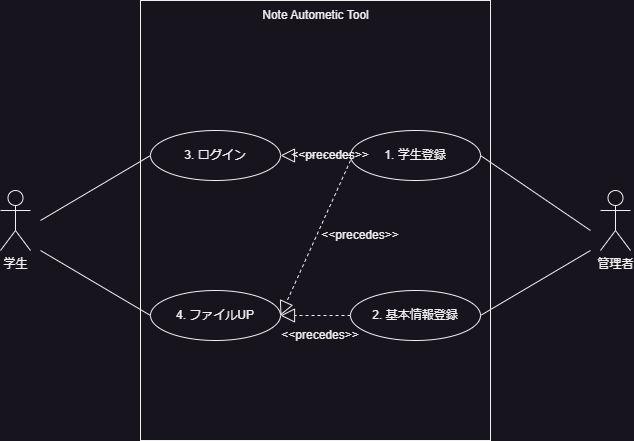
The draw.io diagram NAT/usecase/image/usecase.drawio.png in 1934372T/VYD, before a commit. Source tidied: cells renumbered, new cells last; positions are measured from the earlier drawing's top-left corner, leaving out a move shared by most shapes. The source it was exported from:
```xml
<mxGraphModel>
  <root>
    <mxCell id="0" />
    <mxCell id="1" parent="0" />
    <mxCell id="2" value="学生" style="shape=umlActor;verticalLabelPosition=bottom;verticalAlign=top;html=1;" parent="1" vertex="1">
      <mxGeometry y="190" width="30" height="60" as="geometry" />
    </mxCell>
    <mxCell id="3" style="rounded=0;whiteSpace=wrap;html=1;direction=south;" parent="1" vertex="1">
      <mxGeometry x="140" width="350" height="440" as="geometry" />
    </mxCell>
    <mxCell id="4" value="Note Autometic Tool" style="text;html=1;strokeColor=none;fillColor=none;align=center;verticalAlign=middle;whiteSpace=wrap;rounded=0;" parent="1" vertex="1">
      <mxGeometry x="228.8" width="172.5" height="30" as="geometry" />
    </mxCell>
    <mxCell id="5" value="管理者" style="shape=umlActor;verticalLabelPosition=bottom;verticalAlign=top;html=1;" parent="1" vertex="1">
      <mxGeometry x="600" y="190" width="30" height="60" as="geometry" />
    </mxCell>
    <mxCell id="6" value="4. ファイルUP" style="ellipse;whiteSpace=wrap;html=1;" parent="1" vertex="1">
      <mxGeometry x="150" y="290" width="130" height="50" as="geometry" />
    </mxCell>
    <mxCell id="7" value="3. ログイン" style="ellipse;whiteSpace=wrap;html=1;" parent="1" vertex="1">
      <mxGeometry x="150" y="130" width="130" height="50" as="geometry" />
    </mxCell>
    <mxCell id="8" value="1. 学生登録" style="ellipse;whiteSpace=wrap;html=1;" parent="1" vertex="1">
      <mxGeometry x="350" y="130" width="130" height="50" as="geometry" />
    </mxCell>
    <mxCell id="9" value="2. 基本情報登録" style="ellipse;whiteSpace=wrap;html=1;" parent="1" vertex="1">
      <mxGeometry x="350" y="290" width="130" height="50" as="geometry" />
    </mxCell>
    <mxCell id="10" style="endArrow=none;html=1;rounded=0;exitX=1;exitY=0.5;exitDx=0;exitDy=0;" parent="1" edge="1" source="8">
      <mxGeometry relative="1" as="geometry">
        <mxPoint x="590" y="230" as="targetPoint" />
      </mxGeometry>
    </mxCell>
    <mxCell id="11" style="endArrow=none;html=1;rounded=0;exitX=1;exitY=0.5;exitDx=0;exitDy=0;" parent="1" edge="1" source="9">
      <mxGeometry relative="1" as="geometry">
        <mxPoint x="590" y="250" as="targetPoint" />
      </mxGeometry>
    </mxCell>
    <mxCell id="12" style="endArrow=none;html=1;rounded=0;entryX=0;entryY=0.5;entryDx=0;entryDy=0;" parent="1" edge="1" target="7">
      <mxGeometry relative="1" as="geometry">
        <mxPoint x="40" y="220" as="sourcePoint" />
      </mxGeometry>
    </mxCell>
    <mxCell id="13" style="endArrow=none;html=1;rounded=0;entryX=0;entryY=0.5;entryDx=0;entryDy=0;" parent="1" edge="1" target="6">
      <mxGeometry relative="1" as="geometry">
        <mxPoint x="40" y="250" as="sourcePoint" />
      </mxGeometry>
    </mxCell>
    <mxCell id="14" style="endArrow=block;dashed=1;endFill=0;endSize=12;html=1;rounded=0;exitX=0;exitY=0.5;exitDx=0;exitDy=0;entryX=1;entryY=0.5;entryDx=0;entryDy=0;" parent="1" edge="1" source="8" target="7">
      <mxGeometry relative="1" as="geometry" />
    </mxCell>
    <mxCell id="15" style="endArrow=block;dashed=1;endFill=0;endSize=12;html=1;rounded=0;entryX=1;entryY=0.5;entryDx=0;entryDy=0;" parent="1" edge="1" target="6">
      <mxGeometry relative="1" as="geometry">
        <mxPoint x="350" y="160" as="sourcePoint" />
      </mxGeometry>
    </mxCell>
    <mxCell id="16" value="&amp;lt;&amp;lt;precedes&amp;gt;&amp;gt;" style="text;html=1;strokeColor=none;fillColor=none;align=center;verticalAlign=middle;whiteSpace=wrap;rounded=0;" parent="1" vertex="1">
      <mxGeometry x="330" y="220" width="60" height="30" as="geometry" />
    </mxCell>
    <mxCell id="17" value="&amp;lt;&amp;lt;precedes&amp;gt;&amp;gt;" style="text;html=1;strokeColor=none;fillColor=none;align=center;verticalAlign=middle;whiteSpace=wrap;rounded=0;" parent="1" vertex="1">
      <mxGeometry x="300" y="140" width="60" height="30" as="geometry" />
    </mxCell>
    <mxCell id="18" style="endArrow=block;dashed=1;endFill=0;endSize=12;html=1;rounded=0;exitX=0;exitY=0.5;exitDx=0;exitDy=0;" parent="1" edge="1" source="9">
      <mxGeometry relative="1" as="geometry">
        <mxPoint x="280" y="315" as="targetPoint" />
      </mxGeometry>
    </mxCell>
    <mxCell id="19" value="&amp;lt;&amp;lt;precedes&amp;gt;&amp;gt;" style="text;html=1;strokeColor=none;fillColor=none;align=center;verticalAlign=middle;whiteSpace=wrap;rounded=0;" parent="1" vertex="1">
      <mxGeometry x="290" y="320" width="60" height="30" as="geometry" />
    </mxCell>
  </root>
</mxGraphModel>
```
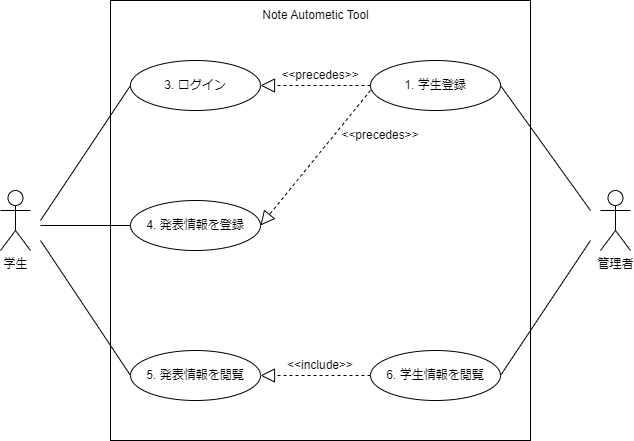
Later version of the same file.

Commit message:
ユースケース図変更

What changed in the source:
```diff
@@ -6,7 +6,7 @@
       <mxGeometry y="190" width="30" height="60" as="geometry" />
     </mxCell>
     <mxCell id="3" style="rounded=0;whiteSpace=wrap;html=1;direction=south;" parent="1" vertex="1">
-      <mxGeometry x="140" width="350" height="440" as="geometry" />
+      <mxGeometry x="110" width="420" height="440" as="geometry" />
     </mxCell>
     <mxCell id="4" value="Note Autometic Tool" style="text;html=1;strokeColor=none;fillColor=none;align=center;verticalAlign=middle;whiteSpace=wrap;rounded=0;" parent="1" vertex="1">
       <mxGeometry x="228.8" width="172.5" height="30" as="geometry" />
@@ -14,28 +14,20 @@
     <mxCell id="5" value="管理者" style="shape=umlActor;verticalLabelPosition=bottom;verticalAlign=top;html=1;" parent="1" vertex="1">
       <mxGeometry x="600" y="190" width="30" height="60" as="geometry" />
     </mxCell>
-    <mxCell id="6" value="4. ファイルUP" style="ellipse;whiteSpace=wrap;html=1;" parent="1" vertex="1">
-      <mxGeometry x="150" y="290" width="130" height="50" as="geometry" />
+    <mxCell id="6" value="4. 発表情報を登録" style="ellipse;whiteSpace=wrap;html=1;" parent="1" vertex="1">
+      <mxGeometry x="130" y="200" width="130" height="50" as="geometry" />
     </mxCell>
     <mxCell id="7" value="3. ログイン" style="ellipse;whiteSpace=wrap;html=1;" parent="1" vertex="1">
-      <mxGeometry x="150" y="130" width="130" height="50" as="geometry" />
+      <mxGeometry x="130" y="60" width="130" height="50" as="geometry" />
     </mxCell>
     <mxCell id="8" value="1. 学生登録" style="ellipse;whiteSpace=wrap;html=1;" parent="1" vertex="1">
-      <mxGeometry x="350" y="130" width="130" height="50" as="geometry" />
+      <mxGeometry x="370" y="60" width="130" height="50" as="geometry" />
     </mxCell>
-    <mxCell id="9" value="2. 基本情報登録" style="ellipse;whiteSpace=wrap;html=1;" parent="1" vertex="1">
-      <mxGeometry x="350" y="290" width="130" height="50" as="geometry" />
-    </mxCell>
     <mxCell id="10" style="endArrow=none;html=1;rounded=0;exitX=1;exitY=0.5;exitDx=0;exitDy=0;" parent="1" edge="1" source="8">
       <mxGeometry relative="1" as="geometry">
-        <mxPoint x="590" y="230" as="targetPoint" />
+        <mxPoint x="590" y="210" as="targetPoint" />
       </mxGeometry>
     </mxCell>
-    <mxCell id="11" style="endArrow=none;html=1;rounded=0;exitX=1;exitY=0.5;exitDx=0;exitDy=0;" parent="1" edge="1" source="9">
-      <mxGeometry relative="1" as="geometry">
-        <mxPoint x="590" y="250" as="targetPoint" />
-      </mxGeometry>
-    </mxCell>
     <mxCell id="12" style="endArrow=none;html=1;rounded=0;entryX=0;entryY=0.5;entryDx=0;entryDy=0;" parent="1" edge="1" target="7">
       <mxGeometry relative="1" as="geometry">
         <mxPoint x="40" y="220" as="sourcePoint" />
@@ -43,7 +35,7 @@
     </mxCell>
     <mxCell id="13" style="endArrow=none;html=1;rounded=0;entryX=0;entryY=0.5;entryDx=0;entryDy=0;" parent="1" edge="1" target="6">
       <mxGeometry relative="1" as="geometry">
-        <mxPoint x="40" y="250" as="sourcePoint" />
+        <mxPoint x="40" y="225" as="sourcePoint" />
       </mxGeometry>
     </mxCell>
     <mxCell id="14" style="endArrow=block;dashed=1;endFill=0;endSize=12;html=1;rounded=0;exitX=0;exitY=0.5;exitDx=0;exitDy=0;entryX=1;entryY=0.5;entryDx=0;entryDy=0;" parent="1" edge="1" source="8" target="7">
@@ -51,22 +43,40 @@
     </mxCell>
     <mxCell id="15" style="endArrow=block;dashed=1;endFill=0;endSize=12;html=1;rounded=0;entryX=1;entryY=0.5;entryDx=0;entryDy=0;" parent="1" edge="1" target="6">
       <mxGeometry relative="1" as="geometry">
-        <mxPoint x="350" y="160" as="sourcePoint" />
+        <mxPoint x="370" y="90" as="sourcePoint" />
       </mxGeometry>
     </mxCell>
     <mxCell id="16" value="&amp;lt;&amp;lt;precedes&amp;gt;&amp;gt;" style="text;html=1;strokeColor=none;fillColor=none;align=center;verticalAlign=middle;whiteSpace=wrap;rounded=0;" parent="1" vertex="1">
-      <mxGeometry x="330" y="220" width="60" height="30" as="geometry" />
+      <mxGeometry x="350" y="120" width="60" height="30" as="geometry" />
     </mxCell>
     <mxCell id="17" value="&amp;lt;&amp;lt;precedes&amp;gt;&amp;gt;" style="text;html=1;strokeColor=none;fillColor=none;align=center;verticalAlign=middle;whiteSpace=wrap;rounded=0;" parent="1" vertex="1">
-      <mxGeometry x="300" y="140" width="60" height="30" as="geometry" />
+      <mxGeometry x="290" y="60" width="60" height="30" as="geometry" />
     </mxCell>
-    <mxCell id="18" style="endArrow=block;dashed=1;endFill=0;endSize=12;html=1;rounded=0;exitX=0;exitY=0.5;exitDx=0;exitDy=0;" parent="1" edge="1" source="9">
-      <mxGeometry relative="1" as="geometry">
-        <mxPoint x="280" y="315" as="targetPoint" />
-      </mxGeometry>
-    </mxCell>
-    <mxCell id="19" value="&amp;lt;&amp;lt;precedes&amp;gt;&amp;gt;" style="text;html=1;strokeColor=none;fillColor=none;align=center;verticalAlign=middle;whiteSpace=wrap;rounded=0;" parent="1" vertex="1">
-      <mxGeometry x="290" y="320" width="60" height="30" as="geometry" />
-    </mxCell>
+    <mxCell id="20" value="5. 発表情報を閲覧" style="ellipse;whiteSpace=wrap;html=1;" parent="1" vertex="1">
+      <mxGeometry x="130" y="350" width="130" height="50" as="geometry" />
+    </mxCell>
+    <mxCell id="21" style="endArrow=none;html=1;rounded=0;entryX=0;entryY=0.5;entryDx=0;entryDy=0;" parent="1" edge="1" target="20">
+      <mxGeometry relative="1" as="geometry">
+        <mxPoint x="40" y="240" as="sourcePoint" />
+      </mxGeometry>
+    </mxCell>
+    <mxCell id="22" value="6. 学生情報を閲覧" style="ellipse;whiteSpace=wrap;html=1;" parent="1" vertex="1">
+      <mxGeometry x="370" y="350" width="130" height="50" as="geometry" />
+    </mxCell>
+    <mxCell id="23" style="endArrow=none;html=1;rounded=0;entryX=0;entryY=0.5;entryDx=0;entryDy=0;" parent="1" edge="1">
+      <mxGeometry relative="1" as="geometry">
+        <mxPoint x="500" y="375" as="sourcePoint" />
+        <mxPoint x="590" y="240" as="targetPoint" />
+      </mxGeometry>
+    </mxCell>
+    <mxCell id="24" style="endArrow=block;dashed=1;endFill=0;endSize=12;html=1;rounded=0;exitX=0;exitY=0.5;exitDx=0;exitDy=0;entryX=1;entryY=0.5;entryDx=0;entryDy=0;" parent="1" edge="1">
+      <mxGeometry relative="1" as="geometry">
+        <mxPoint x="370" y="375" as="sourcePoint" />
+        <mxPoint x="260" y="375" as="targetPoint" />
+      </mxGeometry>
+    </mxCell>
+    <mxCell id="25" value="&amp;lt;&amp;lt;include&amp;gt;&amp;gt;" style="text;html=1;strokeColor=none;fillColor=none;align=center;verticalAlign=middle;whiteSpace=wrap;rounded=0;" parent="1" vertex="1">
+      <mxGeometry x="290" y="350" width="60" height="30" as="geometry" />
+    </mxCell>
   </root>
 </mxGraphModel>
```
